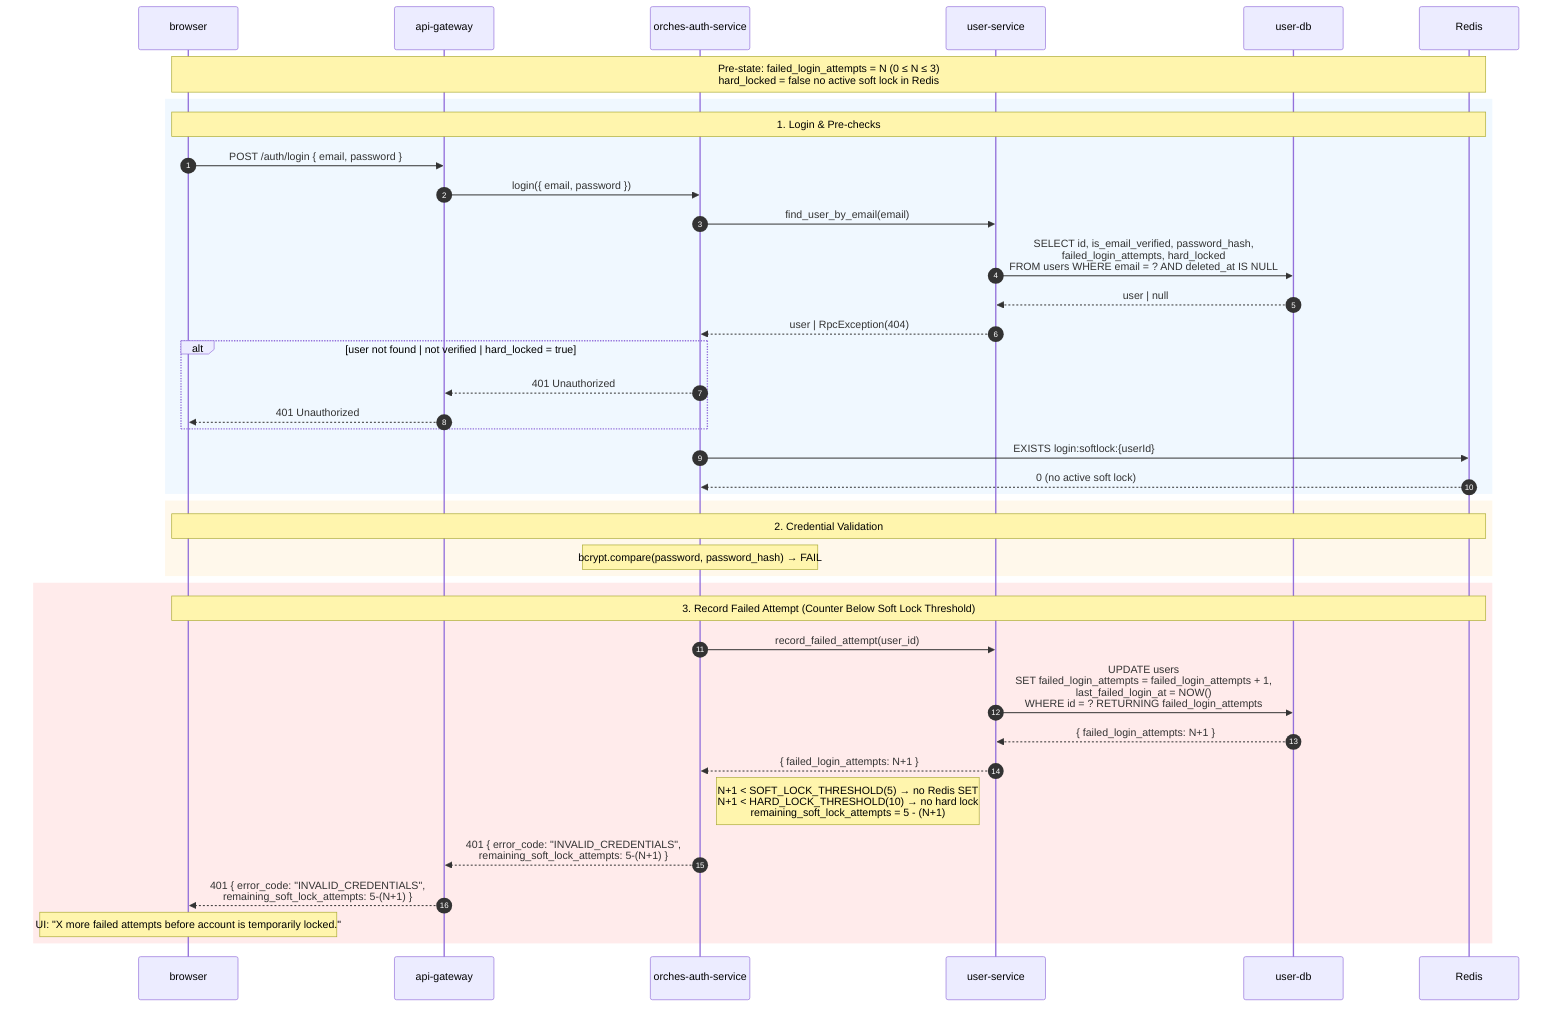
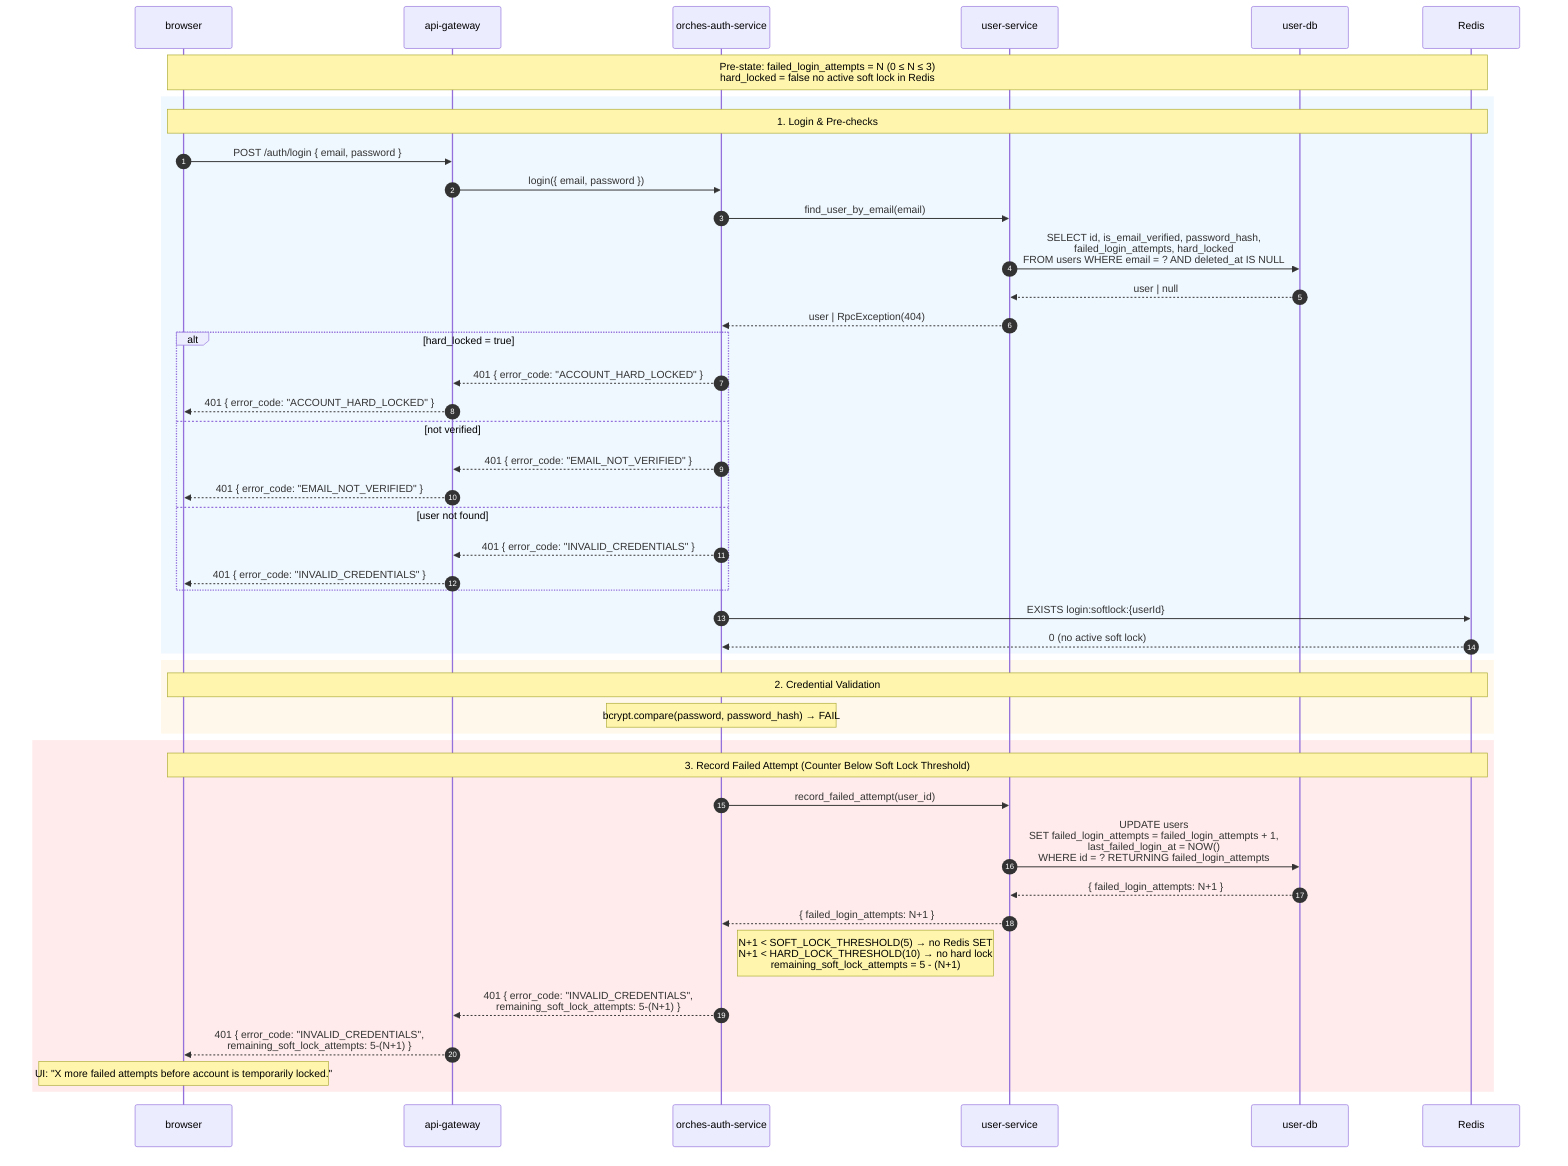
sequenceDiagram
    autonumber
    participant FE as browser
    participant GW as api-gateway
    participant AUTH as orches-auth-service
    participant SVC as user-service
    participant DB as user-db
    participant R as Redis

    Note over FE,R: Pre-state: failed_login_attempts = N (0 ≤ N ≤ 3)<br/>hard_locked = false   no active soft lock in Redis

    rect rgb(240,248,255)
    Note over FE,R: 1. Login & Pre-checks

    FE->>GW: POST /auth/login { email, password }
    GW->>AUTH: login({ email, password })
    AUTH->>SVC: find_user_by_email(email)
    SVC->>DB: SELECT id, is_email_verified, password_hash,<br/>failed_login_attempts, hard_locked<br/>FROM users WHERE email = ? AND deleted_at IS NULL
    DB-->>SVC: user | null
    SVC-->>AUTH: user | RpcException(404)

-     alt user not found | not verified | hard_locked = true
-         AUTH-->>GW: 401 Unauthorized
-         GW-->>FE: 401 Unauthorized
+     alt hard_locked = true
+         AUTH-->>GW: 401 { error_code: "ACCOUNT_HARD_LOCKED" }
+         GW-->>FE: 401 { error_code: "ACCOUNT_HARD_LOCKED" }
+     else not verified
+         AUTH-->>GW: 401 { error_code: "EMAIL_NOT_VERIFIED" }
+         GW-->>FE: 401 { error_code: "EMAIL_NOT_VERIFIED" }
+     else user not found
+         AUTH-->>GW: 401 { error_code: "INVALID_CREDENTIALS" }
+         GW-->>FE: 401 { error_code: "INVALID_CREDENTIALS" }
    end

    AUTH->>R: EXISTS login:softlock:{userId}
    R-->>AUTH: 0 (no active soft lock)
    end

    rect rgb(255,248,235)
    Note over FE,R: 2. Credential Validation

    Note over AUTH: bcrypt.compare(password, password_hash) → FAIL
    end

    rect rgb(255,235,235)
    Note over FE,R: 3. Record Failed Attempt (Counter Below Soft Lock Threshold)

    AUTH->>SVC: record_failed_attempt(user_id)
    SVC->>DB: UPDATE users<br/>SET failed_login_attempts = failed_login_attempts + 1,<br/>    last_failed_login_at = NOW()<br/>WHERE id = ? RETURNING failed_login_attempts
    DB-->>SVC: { failed_login_attempts: N+1 }
    SVC-->>AUTH: { failed_login_attempts: N+1 }
    Note right of AUTH: N+1 < SOFT_LOCK_THRESHOLD(5) → no Redis SET<br/>N+1 < HARD_LOCK_THRESHOLD(10) → no hard lock<br/>remaining_soft_lock_attempts = 5 - (N+1)

    AUTH-->>GW: 401 { error_code: "INVALID_CREDENTIALS",<br/>remaining_soft_lock_attempts: 5-(N+1) }
    GW-->>FE: 401 { error_code: "INVALID_CREDENTIALS",<br/>remaining_soft_lock_attempts: 5-(N+1) }
    Note over FE: UI: "X more failed attempts before account is temporarily locked."
    end